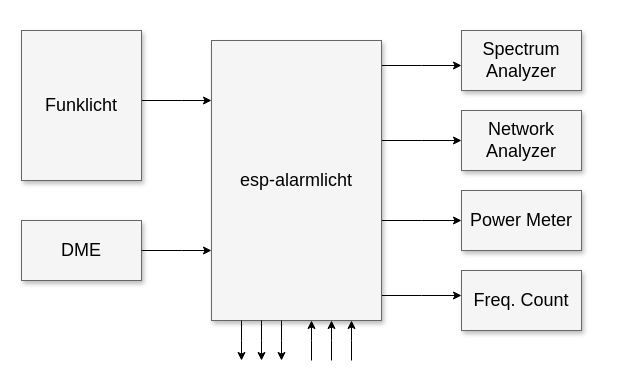
Above: assets/Untitled Diagram.drawio in momu/esp32-alarmlicht (draw.io), before the change. Source tidied: cells renumbered, new cells numbered last; positions are measured from the earlier drawing's top-left corner, leaving out a move shared by most shapes. Both pictures are drawn from the tidied source at 100%, with x=0, y=0 at pixel (21, 30).
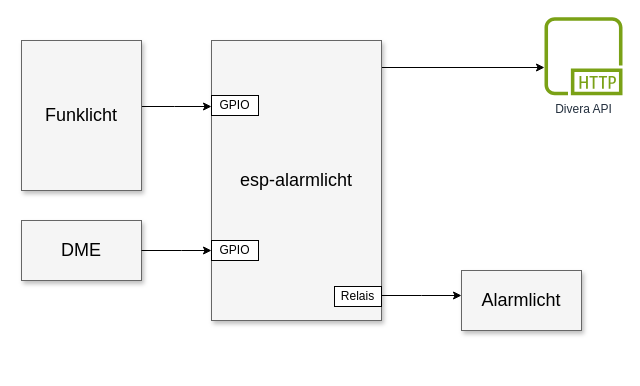
Above is the later version.

The change refers to these unchanged cells:
```xml
<mxCell id="7" value="esp-alarmlicht" style="whiteSpace=wrap;html=1;shadow=1;fontSize=18;fillColor=#f5f5f5;strokeColor=#666666;" parent="1" vertex="1">
  <mxGeometry x="190" y="10" width="170" height="280" as="geometry" />
</mxCell>
```

The edit, as a diff of the source:
```diff
@@
-    <mxCell id="2" style="edgeStyle=elbowEdgeStyle;rounded=0;html=1;startArrow=none;startFill=0;jettySize=auto;fontSize=18;elbow=vertical;" parent="1" edge="1" source="7" target="8">
+    <mxCell id="2" style="edgeStyle=elbowEdgeStyle;rounded=0;html=1;startArrow=none;startFill=0;jettySize=auto;fontSize=18;elbow=vertical;" parent="1" edge="1" source="7" target="24">
       <mxGeometry relative="1" as="geometry" />
     </mxCell>
-    <mxCell id="3" style="edgeStyle=elbowEdgeStyle;rounded=0;html=1;startArrow=none;startFill=0;jettySize=auto;fontSize=18;elbow=vertical;" parent="1" edge="1" source="7" target="9">
-      <mxGeometry relative="1" as="geometry" />
-    </mxCell>
-    <mxCell id="4" style="edgeStyle=elbowEdgeStyle;rounded=0;html=1;startArrow=none;startFill=0;jettySize=auto;fontSize=18;elbow=vertical;" parent="1" edge="1" source="7" target="10">
-      <mxGeometry relative="1" as="geometry" />
-    </mxCell>
@@
-    <mxCell id="6" style="edgeStyle=elbowEdgeStyle;rounded=0;html=1;startArrow=none;startFill=0;jettySize=auto;fontSize=18;" parent="1" edge="1" target="7">
-      <mxGeometry relative="1" as="geometry">
-        <mxPoint x="310" y="330" as="sourcePoint" />
-        <Array as="points">
-          <mxPoint x="310" y="310" />
-        </Array>
-      </mxGeometry>
-    </mxCell>
@@
-    <mxCell id="8" value="Spectrum Analyzer" style="whiteSpace=wrap;html=1;shadow=1;fontSize=18;fillColor=#f5f5f5;strokeColor=#666666;" parent="1" vertex="1">
-      <mxGeometry x="440" width="120" height="60" as="geometry" />
-    </mxCell>
-    <mxCell id="9" value="Network Analyzer" style="whiteSpace=wrap;html=1;shadow=1;fontSize=18;fillColor=#f5f5f5;strokeColor=#666666;" parent="1" vertex="1">
-      <mxGeometry x="440" y="80" width="120" height="60" as="geometry" />
-    </mxCell>
-    <mxCell id="10" value="Power Meter" style="whiteSpace=wrap;html=1;shadow=1;fontSize=18;fillColor=#f5f5f5;strokeColor=#666666;" parent="1" vertex="1">
-      <mxGeometry x="440" y="160" width="120" height="60" as="geometry" />
-    </mxCell>
-    <mxCell id="11" value="Freq. Count" style="whiteSpace=wrap;html=1;shadow=1;fontSize=18;fillColor=#f5f5f5;strokeColor=#666666;" parent="1" vertex="1">
+    <mxCell id="11" value="Alarmlicht" style="whiteSpace=wrap;html=1;shadow=1;fontSize=18;fillColor=#f5f5f5;strokeColor=#666666;" parent="1" vertex="1">
       <mxGeometry x="440" y="240" width="120" height="60" as="geometry" />
     </mxCell>
     <mxCell id="12" style="edgeStyle=elbowEdgeStyle;rounded=0;html=1;startArrow=none;startFill=0;jettySize=auto;fontSize=18;elbow=vertical;" parent="1" edge="1" source="13" target="7">
       <mxGeometry relative="1" as="geometry">
         <Array as="points">
-          <mxPoint x="160" y="70" />
+          <mxPoint x="153" y="76" />
         </Array>
       </mxGeometry>
     </mxCell>
     <mxCell id="13" value="Funklicht" style="whiteSpace=wrap;html=1;shadow=1;fontSize=18;fillColor=#f5f5f5;strokeColor=#666666;" parent="1" vertex="1">
-      <mxGeometry width="120" height="150" as="geometry" />
+      <mxGeometry y="10" width="120" height="150" as="geometry" />
     </mxCell>
@@
-    <mxCell id="15" style="edgeStyle=elbowEdgeStyle;rounded=0;html=1;startArrow=none;startFill=0;jettySize=auto;fontSize=18;" parent="1" edge="1" target="7">
-      <mxGeometry relative="1" as="geometry">
-        <mxPoint x="330" y="330" as="sourcePoint" />
-        <Array as="points">
-          <mxPoint x="330" y="310" />
-          <mxPoint x="310" y="310" />
-        </Array>
-      </mxGeometry>
-    </mxCell>
-    <mxCell id="16" style="edgeStyle=elbowEdgeStyle;rounded=0;html=1;startArrow=none;startFill=0;jettySize=auto;orthogonalLoop=1;fontSize=18;" parent="1" edge="1">
-      <mxGeometry relative="1" as="geometry">
-        <mxPoint x="290" y="330" as="sourcePoint" />
-        <mxPoint x="290" y="290" as="targetPoint" />
-        <Array as="points">
-          <mxPoint x="290" y="310" />
-          <mxPoint x="290" y="310" />
-        </Array>
-      </mxGeometry>
-    </mxCell>
-    <mxCell id="17" style="edgeStyle=elbowEdgeStyle;rounded=0;html=1;startArrow=none;startFill=0;jettySize=auto;orthogonalLoop=1;fontSize=18;" parent="1" edge="1">
-      <mxGeometry relative="1" as="geometry">
-        <mxPoint x="260" y="290" as="sourcePoint" />
-        <mxPoint x="260" y="330" as="targetPoint" />
-        <Array as="points">
-          <mxPoint x="260" y="310" />
-          <mxPoint x="290" y="320" />
-        </Array>
-      </mxGeometry>
-    </mxCell>
-    <mxCell id="18" style="edgeStyle=elbowEdgeStyle;rounded=0;html=1;startArrow=none;startFill=0;jettySize=auto;orthogonalLoop=1;fontSize=18;" parent="1" edge="1">
-      <mxGeometry relative="1" as="geometry">
-        <mxPoint x="240" y="290" as="sourcePoint" />
-        <mxPoint x="240" y="330" as="targetPoint" />
-        <Array as="points">
-          <mxPoint x="240" y="310" />
-          <mxPoint x="270" y="320" />
-        </Array>
-      </mxGeometry>
-    </mxCell>
-    <mxCell id="19" style="edgeStyle=elbowEdgeStyle;rounded=0;html=1;startArrow=none;startFill=0;jettySize=auto;orthogonalLoop=1;fontSize=18;" parent="1" edge="1">
-      <mxGeometry relative="1" as="geometry">
-        <mxPoint x="220" y="290" as="sourcePoint" />
-        <mxPoint x="220" y="330" as="targetPoint" />
-        <Array as="points">
-          <mxPoint x="220" y="310" />
-          <mxPoint x="250" y="320" />
-        </Array>
-      </mxGeometry>
-    </mxCell>
@@
+    <mxCell id="21" value="Relais" style="rounded=0;whiteSpace=wrap;html=1;" parent="1" vertex="1">
+      <mxGeometry x="313" y="256" width="47" height="20" as="geometry" />
+    </mxCell>
+    <mxCell id="22" value="GPIO" style="rounded=0;whiteSpace=wrap;html=1;" parent="1" vertex="1">
+      <mxGeometry x="190" y="210" width="47" height="20" as="geometry" />
+    </mxCell>
+    <mxCell id="23" value="GPIO" style="rounded=0;whiteSpace=wrap;html=1;" parent="1" vertex="1">
+      <mxGeometry x="190" y="65" width="47" height="20" as="geometry" />
+    </mxCell>
+    <mxCell id="24" value="Divera API" style="sketch=0;outlineConnect=0;fontColor=#232F3E;gradientColor=none;fillColor=#7AA116;strokeColor=none;dashed=0;verticalLabelPosition=bottom;verticalAlign=top;align=center;html=1;fontSize=12;fontStyle=0;shape=mxgraph.aws4.http_protocol;" parent="1" vertex="1">
+      <mxGeometry x="523" y="-13.2" width="78" height="78" as="geometry" />
+    </mxCell>
```
